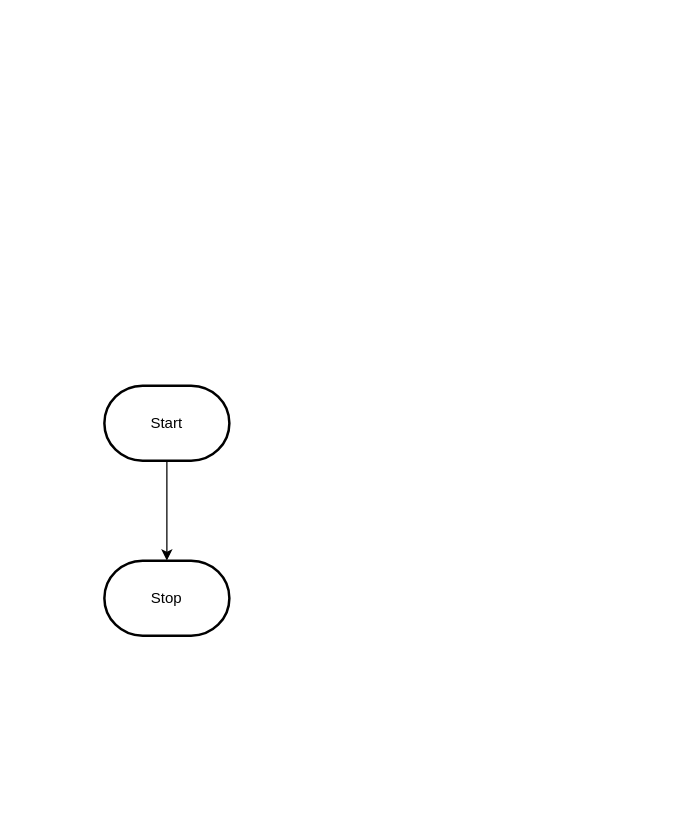
Before: design/flowchart.drawio in MTHS-ICD2O-1-2024/ICD2O-Unit-5-05-peter-zerbinos, a draw.io diagram. Source tidied: cells renumbered, new cells numbered last; positions are measured from the earlier drawing's top-left corner, leaving out a move shared by most shapes. Both pictures are drawn from the tidied source at 125%, with x=0, y=0 at pixel (104, 385).
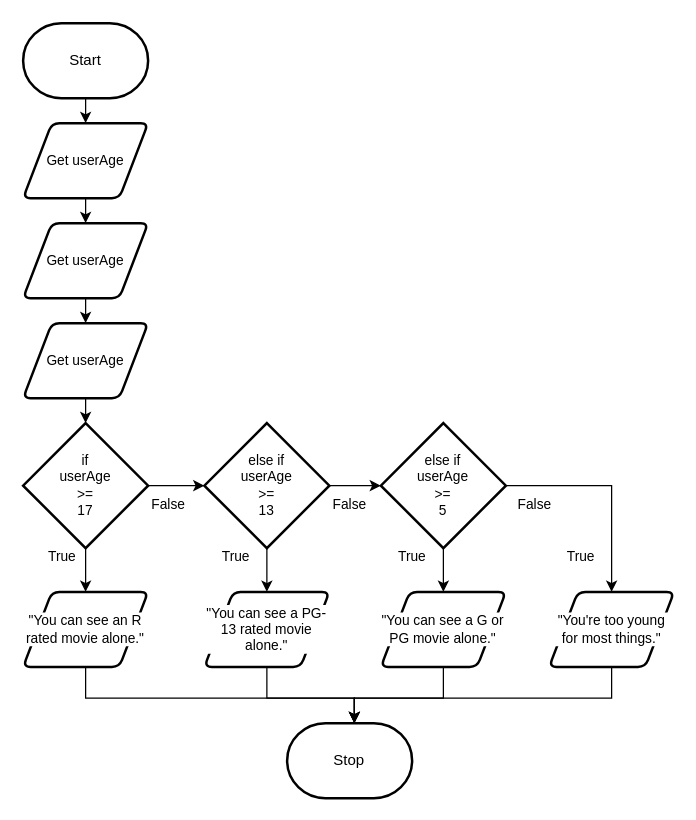
After the change.

Commit message:
made changes to flowchart

Diff of the diagram source:
```diff
@@
-    <mxCell id="2" style="edgeStyle=orthogonalEdgeStyle;html=1;rounded=0;" parent="1" edge="1" source="3" target="4">
-      <mxGeometry relative="1" as="geometry" />
-    </mxCell>
+    <mxCell id="5" style="edgeStyle=orthogonalEdgeStyle;shape=connector;rounded=0;html=1;exitX=0.5;exitY=1;exitDx=0;exitDy=0;exitPerimeter=0;entryX=0.5;entryY=0;entryDx=0;entryDy=0;strokeColor=default;align=center;verticalAlign=middle;fontFamily=Helvetica;fontSize=11;fontColor=default;labelBackgroundColor=default;endArrow=classic;" parent="1" edge="1" source="3" target="12">
+      <mxGeometry relative="1" as="geometry" />
+    </mxCell>
     <mxCell id="3" value="Start" style="strokeWidth=2;html=1;shape=mxgraph.flowchart.terminator;whiteSpace=wrap;" parent="1" vertex="1">
-      <mxGeometry width="100" height="60" as="geometry" />
+      <mxGeometry x="-65" y="-290" width="100" height="60" as="geometry" />
     </mxCell>
+    <mxCell id="6" style="edgeStyle=orthogonalEdgeStyle;shape=connector;rounded=0;html=1;exitX=0.5;exitY=1;exitDx=0;exitDy=0;exitPerimeter=0;strokeColor=default;align=center;verticalAlign=middle;fontFamily=Helvetica;fontSize=11;fontColor=default;labelBackgroundColor=default;endArrow=classic;entryX=0.5;entryY=0;entryDx=0;entryDy=0;" parent="1" edge="1" source="8" target="13">
+      <mxGeometry relative="1" as="geometry" />
+    </mxCell>
+    <mxCell id="7" style="edgeStyle=none;html=1;exitX=1;exitY=0.5;exitDx=0;exitDy=0;exitPerimeter=0;entryX=0;entryY=0.5;entryDx=0;entryDy=0;entryPerimeter=0;" parent="1" edge="1" source="8" target="16">
+      <mxGeometry relative="1" as="geometry" />
+    </mxCell>
+    <mxCell id="8" value="if&lt;div&gt;userAge&lt;/div&gt;&lt;div&gt;&amp;gt;=&lt;/div&gt;&lt;div&gt;17&lt;/div&gt;" style="strokeWidth=2;html=1;shape=mxgraph.flowchart.decision;whiteSpace=wrap;fontFamily=Helvetica;fontSize=11;fontColor=default;labelBackgroundColor=default;" parent="1" vertex="1">
+      <mxGeometry x="-65" y="30" width="100" height="100" as="geometry" />
+    </mxCell>
+    <mxCell id="9" value="False" style="text;html=1;align=center;verticalAlign=middle;strokeColor=none;fillColor=none;fontFamily=Helvetica;fontSize=11;fontColor=default;labelBackgroundColor=default;" parent="1" vertex="1">
+      <mxGeometry x="25.8" y="80" width="50" height="30" as="geometry" />
+    </mxCell>
+    <mxCell id="10" value="True" style="text;html=1;align=center;verticalAlign=middle;strokeColor=none;fillColor=none;fontFamily=Helvetica;fontSize=11;fontColor=default;labelBackgroundColor=default;" parent="1" vertex="1">
+      <mxGeometry x="-59" y="122" width="50" height="30" as="geometry" />
+    </mxCell>
+    <mxCell id="11" style="edgeStyle=none;html=1;exitX=0.5;exitY=1;exitDx=0;exitDy=0;entryX=0.5;entryY=0;entryDx=0;entryDy=0;" parent="1" edge="1" source="12" target="33">
+      <mxGeometry relative="1" as="geometry" />
+    </mxCell>
+    <mxCell id="12" value="Get userAge" style="shape=parallelogram;html=1;strokeWidth=2;perimeter=parallelogramPerimeter;whiteSpace=wrap;rounded=1;arcSize=12;size=0.23;fontFamily=Helvetica;fontSize=11;fontColor=default;labelBackgroundColor=default;" parent="1" vertex="1">
+      <mxGeometry x="-65" y="-210" width="100" height="60" as="geometry" />
+    </mxCell>
     <mxCell id="4" value="Stop" style="strokeWidth=2;html=1;shape=mxgraph.flowchart.terminator;whiteSpace=wrap;" parent="1" vertex="1">
-      <mxGeometry y="140" width="100" height="60" as="geometry" />
+      <mxGeometry x="146.2" y="270" width="100" height="60" as="geometry" />
     </mxCell>
+    <mxCell id="13" value="&quot;You can see an R rated movie alone.&quot;" style="shape=parallelogram;html=1;strokeWidth=2;perimeter=parallelogramPerimeter;whiteSpace=wrap;rounded=1;arcSize=12;size=0.23;fontFamily=Helvetica;fontSize=11;fontColor=default;labelBackgroundColor=default;" parent="1" vertex="1">
+      <mxGeometry x="-65" y="165" width="100" height="60" as="geometry" />
+    </mxCell>
+    <mxCell id="14" style="edgeStyle=orthogonalEdgeStyle;shape=connector;rounded=0;html=1;exitX=0.5;exitY=1;exitDx=0;exitDy=0;exitPerimeter=0;entryX=0.5;entryY=0;entryDx=0;entryDy=0;strokeColor=default;align=center;verticalAlign=middle;fontFamily=Helvetica;fontSize=11;fontColor=default;labelBackgroundColor=default;endArrow=classic;" parent="1" edge="1" source="16" target="19">
+      <mxGeometry relative="1" as="geometry" />
+    </mxCell>
+    <mxCell id="15" style="edgeStyle=none;html=1;exitX=1;exitY=0.5;exitDx=0;exitDy=0;exitPerimeter=0;entryX=0;entryY=0.5;entryDx=0;entryDy=0;entryPerimeter=0;" parent="1" edge="1" source="16" target="22">
+      <mxGeometry relative="1" as="geometry" />
+    </mxCell>
+    <mxCell id="16" value="else if&lt;div&gt;userAge&lt;/div&gt;&lt;div&gt;&amp;gt;=&lt;/div&gt;&lt;div&gt;13&lt;/div&gt;" style="strokeWidth=2;html=1;shape=mxgraph.flowchart.decision;whiteSpace=wrap;fontFamily=Helvetica;fontSize=11;fontColor=default;labelBackgroundColor=default;" parent="1" vertex="1">
+      <mxGeometry x="80" y="30" width="100" height="100" as="geometry" />
+    </mxCell>
+    <mxCell id="17" value="False" style="text;html=1;align=center;verticalAlign=middle;strokeColor=none;fillColor=none;fontFamily=Helvetica;fontSize=11;fontColor=default;labelBackgroundColor=default;" parent="1" vertex="1">
+      <mxGeometry x="171.2" y="80" width="50" height="30" as="geometry" />
+    </mxCell>
+    <mxCell id="18" value="True" style="text;html=1;align=center;verticalAlign=middle;strokeColor=none;fillColor=none;fontFamily=Helvetica;fontSize=11;fontColor=default;labelBackgroundColor=default;" parent="1" vertex="1">
+      <mxGeometry x="80" y="122" width="50" height="30" as="geometry" />
+    </mxCell>
+    <mxCell id="19" value="&quot;You can see a PG-13 rated movie alone.&quot;" style="shape=parallelogram;html=1;strokeWidth=2;perimeter=parallelogramPerimeter;whiteSpace=wrap;rounded=1;arcSize=12;size=0.23;fontFamily=Helvetica;fontSize=11;fontColor=default;labelBackgroundColor=default;" parent="1" vertex="1">
+      <mxGeometry x="80" y="165" width="100" height="60" as="geometry" />
+    </mxCell>
+    <mxCell id="20" style="edgeStyle=orthogonalEdgeStyle;shape=connector;rounded=0;html=1;exitX=1;exitY=0.5;exitDx=0;exitDy=0;exitPerimeter=0;strokeColor=default;align=center;verticalAlign=middle;fontFamily=Helvetica;fontSize=11;fontColor=default;labelBackgroundColor=default;endArrow=classic;entryX=0.5;entryY=0;entryDx=0;entryDy=0;" parent="1" edge="1" source="22" target="27">
+      <mxGeometry relative="1" as="geometry">
+        <Array as="points">
+          <mxPoint x="405.8" y="80" />
+        </Array>
+      </mxGeometry>
+    </mxCell>
+    <mxCell id="21" style="edgeStyle=orthogonalEdgeStyle;shape=connector;rounded=0;html=1;exitX=0.5;exitY=1;exitDx=0;exitDy=0;exitPerimeter=0;strokeColor=default;align=center;verticalAlign=middle;fontFamily=Helvetica;fontSize=11;fontColor=default;labelBackgroundColor=default;endArrow=classic;entryX=0.5;entryY=0;entryDx=0;entryDy=0;" parent="1" edge="1" source="22" target="25">
+      <mxGeometry relative="1" as="geometry" />
+    </mxCell>
+    <mxCell id="22" value="else if&lt;div&gt;userAge&lt;/div&gt;&lt;div&gt;&amp;gt;=&lt;/div&gt;&lt;div&gt;5&lt;/div&gt;" style="strokeWidth=2;html=1;shape=mxgraph.flowchart.decision;whiteSpace=wrap;fontFamily=Helvetica;fontSize=11;fontColor=default;labelBackgroundColor=default;" parent="1" vertex="1">
+      <mxGeometry x="221.2" y="30" width="100" height="100" as="geometry" />
+    </mxCell>
+    <mxCell id="23" value="False" style="text;html=1;align=center;verticalAlign=middle;strokeColor=none;fillColor=none;fontFamily=Helvetica;fontSize=11;fontColor=default;labelBackgroundColor=default;" parent="1" vertex="1">
+      <mxGeometry x="318.5" y="80" width="50" height="30" as="geometry" />
+    </mxCell>
+    <mxCell id="24" value="True" style="text;html=1;align=center;verticalAlign=middle;strokeColor=none;fillColor=none;fontFamily=Helvetica;fontSize=11;fontColor=default;labelBackgroundColor=default;" parent="1" vertex="1">
+      <mxGeometry x="221.2" y="122" width="50" height="30" as="geometry" />
+    </mxCell>
+    <mxCell id="25" value="&quot;You can see a G or PG movie alone.&quot;" style="shape=parallelogram;html=1;strokeWidth=2;perimeter=parallelogramPerimeter;whiteSpace=wrap;rounded=1;arcSize=12;size=0.23;fontFamily=Helvetica;fontSize=11;fontColor=default;labelBackgroundColor=default;" parent="1" vertex="1">
+      <mxGeometry x="221.2" y="165" width="100" height="60" as="geometry" />
+    </mxCell>
+    <mxCell id="26" style="edgeStyle=orthogonalEdgeStyle;html=1;exitX=0.5;exitY=1;exitDx=0;exitDy=0;rounded=0;" parent="1" edge="1" source="27">
+      <mxGeometry relative="1" as="geometry">
+        <mxPoint x="200" y="270" as="targetPoint" />
+        <Array as="points">
+          <mxPoint x="406" y="250" />
+          <mxPoint x="200" y="250" />
+        </Array>
+      </mxGeometry>
+    </mxCell>
+    <mxCell id="27" value="&quot;You're too young for most things.&quot;" style="shape=parallelogram;html=1;strokeWidth=2;perimeter=parallelogramPerimeter;whiteSpace=wrap;rounded=1;arcSize=12;size=0.23;fontFamily=Helvetica;fontSize=11;fontColor=default;labelBackgroundColor=default;" parent="1" vertex="1">
+      <mxGeometry x="355.8" y="165" width="100" height="60" as="geometry" />
+    </mxCell>
+    <mxCell id="28" style="edgeStyle=orthogonalEdgeStyle;shape=connector;rounded=0;html=1;exitX=0.5;exitY=1;exitDx=0;exitDy=0;strokeColor=default;align=center;verticalAlign=middle;fontFamily=Helvetica;fontSize=11;fontColor=default;labelBackgroundColor=default;endArrow=classic;" parent="1" edge="1" source="13">
+      <mxGeometry relative="1" as="geometry">
+        <mxPoint x="200" y="270" as="targetPoint" />
+        <Array as="points">
+          <mxPoint x="-15" y="250" />
+          <mxPoint x="200" y="250" />
+        </Array>
+      </mxGeometry>
+    </mxCell>
+    <mxCell id="29" style="edgeStyle=orthogonalEdgeStyle;shape=connector;rounded=0;html=1;exitX=0.5;exitY=1;exitDx=0;exitDy=0;strokeColor=default;align=center;verticalAlign=middle;fontFamily=Helvetica;fontSize=11;fontColor=default;labelBackgroundColor=default;endArrow=classic;" parent="1" edge="1" source="19">
+      <mxGeometry relative="1" as="geometry">
+        <mxPoint x="200" y="270" as="targetPoint" />
+        <Array as="points">
+          <mxPoint x="130" y="250" />
+          <mxPoint x="200" y="250" />
+          <mxPoint x="200" y="270" />
+        </Array>
+      </mxGeometry>
+    </mxCell>
+    <mxCell id="30" style="edgeStyle=orthogonalEdgeStyle;shape=connector;rounded=0;html=1;exitX=0.5;exitY=1;exitDx=0;exitDy=0;strokeColor=default;align=center;verticalAlign=middle;fontFamily=Helvetica;fontSize=11;fontColor=default;labelBackgroundColor=default;endArrow=classic;" parent="1" edge="1" source="25">
+      <mxGeometry relative="1" as="geometry">
+        <mxPoint x="200" y="270" as="targetPoint" />
+        <Array as="points">
+          <mxPoint x="271" y="250" />
+          <mxPoint x="200" y="250" />
+        </Array>
+      </mxGeometry>
+    </mxCell>
+    <mxCell id="31" value="True" style="text;html=1;align=center;verticalAlign=middle;strokeColor=none;fillColor=none;fontFamily=Helvetica;fontSize=11;fontColor=default;labelBackgroundColor=default;" parent="1" vertex="1">
+      <mxGeometry x="355.8" y="122" width="50" height="30" as="geometry" />
+    </mxCell>
+    <mxCell id="32" style="edgeStyle=none;html=1;exitX=0.5;exitY=1;exitDx=0;exitDy=0;entryX=0.5;entryY=0;entryDx=0;entryDy=0;" parent="1" edge="1" source="33" target="35">
+      <mxGeometry relative="1" as="geometry" />
+    </mxCell>
+    <mxCell id="33" value="Get userAge" style="shape=parallelogram;html=1;strokeWidth=2;perimeter=parallelogramPerimeter;whiteSpace=wrap;rounded=1;arcSize=12;size=0.23;fontFamily=Helvetica;fontSize=11;fontColor=default;labelBackgroundColor=default;" parent="1" vertex="1">
+      <mxGeometry x="-65" y="-130" width="100" height="60" as="geometry" />
+    </mxCell>
+    <mxCell id="34" style="edgeStyle=none;html=1;exitX=0.5;exitY=1;exitDx=0;exitDy=0;entryX=0.5;entryY=0;entryDx=0;entryDy=0;entryPerimeter=0;" parent="1" edge="1" source="35" target="8">
+      <mxGeometry relative="1" as="geometry" />
+    </mxCell>
+    <mxCell id="35" value="Get userAge" style="shape=parallelogram;html=1;strokeWidth=2;perimeter=parallelogramPerimeter;whiteSpace=wrap;rounded=1;arcSize=12;size=0.23;fontFamily=Helvetica;fontSize=11;fontColor=default;labelBackgroundColor=default;" parent="1" vertex="1">
+      <mxGeometry x="-65" y="-50" width="100" height="60" as="geometry" />
+    </mxCell>
```
